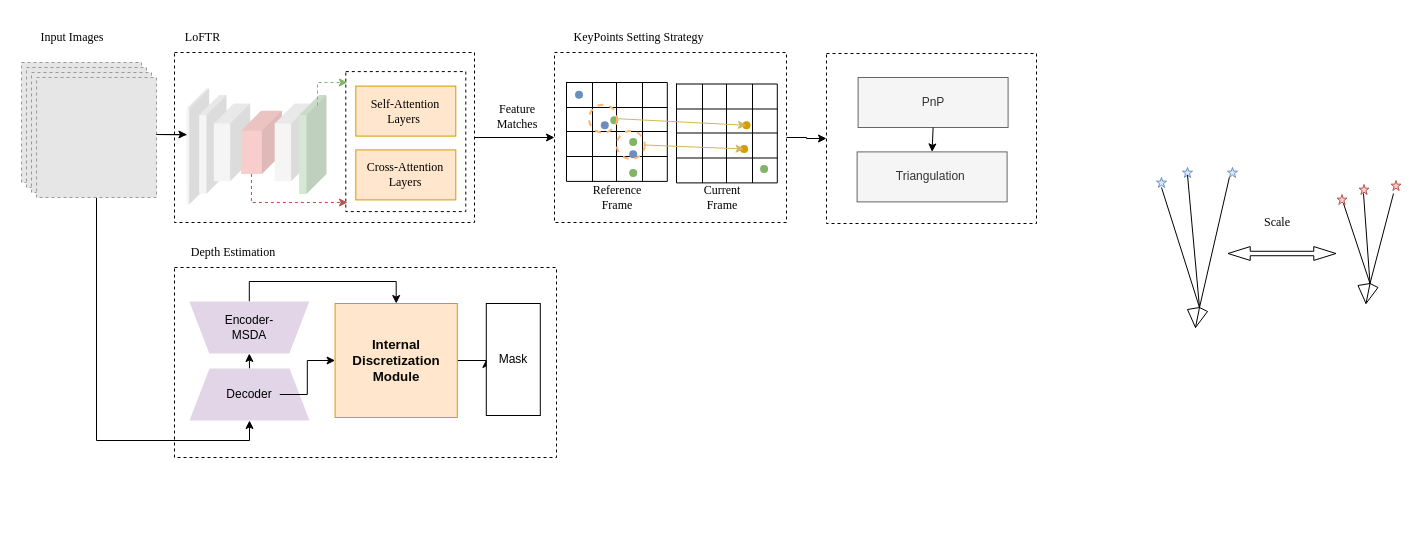
Abigail248/endoscope_orb_slan3 keeps this draw.io diagram as approach.drawio. Above is the earlier version. Source tidied: cells renumbered, new cells numbered last; positions are measured from the earlier drawing's top-left corner, leaving out a move shared by most shapes. Both pictures are drawn from the tidied source at 100%, with x=0, y=0 at pixel (17, 17). Pictures stored in the file or linked from it are replaced by grey dashed boxes.
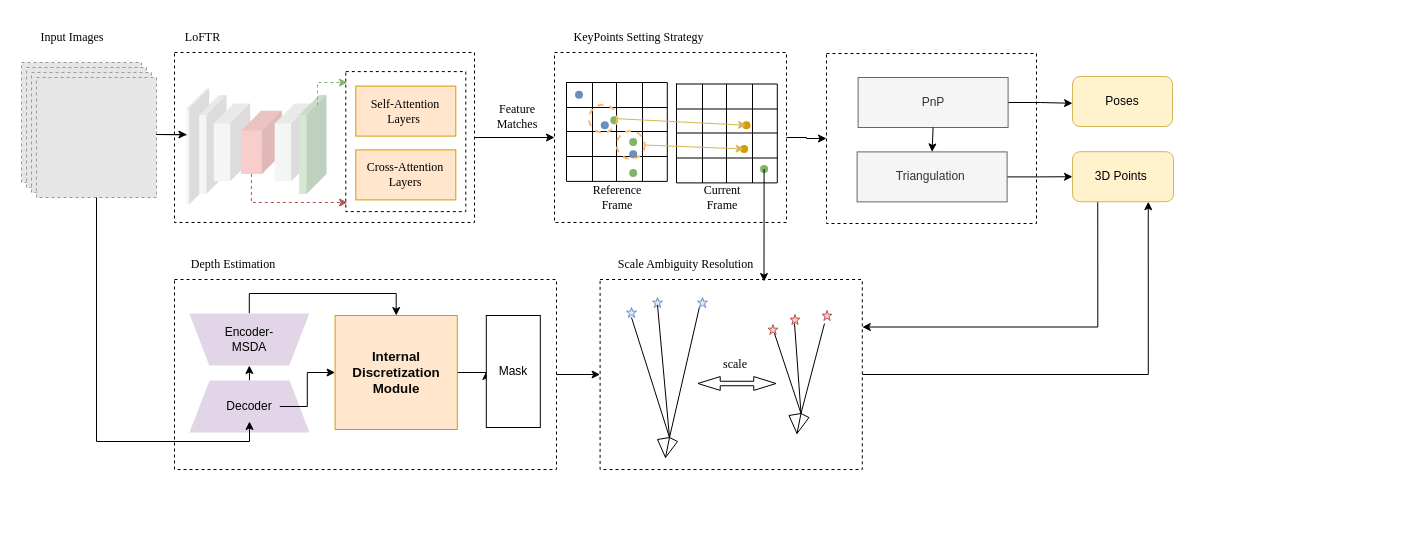
The same diagram, later.

Unchanged cells that the change refers to:
```xml
<mxCell id="72" style="shape=waypoint;sketch=0;fillStyle=solid;size=6;points=[];fillColor=#d5e8d4;perimeter=centerPerimeter;snapToPoint=1;strokeColor=#82b366;strokeWidth=2;" parent="1" vertex="1">
  <mxGeometry x="736.6" y="141.5" width="20" height="20" as="geometry" />
</mxCell>
<mxCell id="79" style="fillColor=#E6E6E6;strokeColor=#999999;dashed=1;verticalLabelPosition=bottom;labelBackgroundColor=default;verticalAlign=top;" parent="1" vertex="1">
  <mxGeometry x="19" y="60" width="120" height="120" as="geometry" />
</mxCell>
<mxCell id="105" value="PnP" style="rounded=0;whiteSpace=wrap;html=1;fillColor=#f5f5f5;strokeColor=#666666;fontColor=#333333;" parent="1" vertex="1">
  <mxGeometry x="840.6" y="60" width="150" height="50" as="geometry" />
</mxCell>
<mxCell id="106" value="Triangulation&amp;nbsp;" style="rounded=0;whiteSpace=wrap;html=1;direction=south;fillColor=#f5f5f5;strokeColor=#666666;fontColor=#333333;" parent="1" vertex="1">
  <mxGeometry x="839.6" y="134.4" width="150" height="50" as="geometry" />
</mxCell>
```

Diff of the diagram source:
```diff
@@
+    <mxCell id="118" style="rounded=0;whiteSpace=wrap;html=1;dashed=1;fillColor=none;strokeColor=default;" parent="1" vertex="1">
+      <mxGeometry x="157" y="262" width="382" height="190" as="geometry" />
+    </mxCell>
+    <mxCell id="102" style="rounded=0;whiteSpace=wrap;html=1;dashed=1;fillColor=none;strokeColor=default;" parent="1" vertex="1">
+      <mxGeometry x="537" y="35" width="232" height="170" as="geometry" />
+    </mxCell>
     <mxCell id="2" style="verticalLabelPosition=bottom;verticalAlign=top;html=1;shape=mxgraph.basic.pyramid;dx1=0.4;dx2=0.6;dy1=0.9;dy2=0.8;flipH=0;flipV=1;" parent="1" vertex="1">
-      <mxGeometry x="1170" y="290" width="20" height="20" as="geometry" />
+      <mxGeometry x="640" y="420" width="20" height="20" as="geometry" />
     </mxCell>
     <mxCell id="3" style="verticalLabelPosition=bottom;verticalAlign=top;html=1;shape=mxgraph.basic.star;fillColor=#dae8fc;strokeColor=#6c8ebf;" parent="1" vertex="1">
-      <mxGeometry x="1165" y="150" width="10" height="10" as="geometry" />
+      <mxGeometry x="635" y="280" width="10" height="10" as="geometry" />
     </mxCell>
@@
     <mxCell id="5" style="verticalLabelPosition=bottom;verticalAlign=top;html=1;shape=mxgraph.basic.star;fillColor=#dae8fc;strokeColor=#6c8ebf;" parent="1" vertex="1">
-      <mxGeometry x="1139" y="160" width="10" height="10" as="geometry" />
+      <mxGeometry x="609" y="290" width="10" height="10" as="geometry" />
     </mxCell>
     <mxCell id="6" style="verticalLabelPosition=bottom;verticalAlign=top;html=1;shape=mxgraph.basic.star;fillColor=#dae8fc;strokeColor=#6c8ebf;" parent="1" vertex="1">
-      <mxGeometry x="1210" y="150" width="10" height="10" as="geometry" />
+      <mxGeometry x="680" y="280" width="10" height="10" as="geometry" />
     </mxCell>
     <mxCell id="7" style="endArrow=none;html=1;rounded=0;exitX=0;exitY=0;exitDx=12;exitDy=20;exitPerimeter=0;" parent="1" edge="1" source="2">
       <mxGeometry relative="1" as="geometry">
-        <mxPoint x="1144" y="170" as="targetPoint" />
+        <mxPoint x="614" y="300" as="targetPoint" />
       </mxGeometry>
     </mxCell>
@@
     <mxCell id="9" style="verticalLabelPosition=bottom;verticalAlign=top;html=1;shape=mxgraph.basic.pyramid;dx1=0.4;dx2=0.6;dy1=0.9;dy2=0.8;flipH=0;flipV=1;" parent="1" vertex="1">
-      <mxGeometry x="1340.5" y="266" width="20" height="20" as="geometry" />
+      <mxGeometry x="771.5" y="396" width="20" height="20" as="geometry" />
     </mxCell>
     <mxCell id="10" style="verticalLabelPosition=bottom;verticalAlign=top;html=1;shape=mxgraph.basic.star;fillColor=#f8cecc;strokeColor=#b85450;" parent="1" vertex="1">
-      <mxGeometry x="1341.5" y="167" width="10" height="10" as="geometry" />
+      <mxGeometry x="772.5" y="297" width="10" height="10" as="geometry" />
     </mxCell>
     <mxCell id="11" style="endArrow=none;html=1;rounded=0;exitX=0;exitY=0;exitDx=12;exitDy=20;exitPerimeter=0;" parent="1" edge="1" source="9">
       <mxGeometry relative="1" as="geometry">
-        <mxPoint x="1346" y="176" as="targetPoint" />
+        <mxPoint x="777" y="306" as="targetPoint" />
       </mxGeometry>
     </mxCell>
     <mxCell id="12" style="verticalLabelPosition=bottom;verticalAlign=top;html=1;shape=mxgraph.basic.star;fillColor=#f8cecc;strokeColor=#b85450;" parent="1" vertex="1">
-      <mxGeometry x="1319.5" y="177" width="10" height="10" as="geometry" />
+      <mxGeometry x="750.5" y="307" width="10" height="10" as="geometry" />
     </mxCell>
     <mxCell id="13" style="verticalLabelPosition=bottom;verticalAlign=top;html=1;shape=mxgraph.basic.star;fillColor=#f8cecc;strokeColor=#b85450;" parent="1" vertex="1">
-      <mxGeometry x="1373.5" y="163" width="10" height="10" as="geometry" />
+      <mxGeometry x="804.5" y="293" width="10" height="10" as="geometry" />
     </mxCell>
     <mxCell id="14" style="endArrow=none;html=1;rounded=0;exitX=0;exitY=0;exitDx=12;exitDy=20;exitPerimeter=0;" parent="1" edge="1" source="9">
       <mxGeometry relative="1" as="geometry">
-        <mxPoint x="1326" y="186" as="targetPoint" />
+        <mxPoint x="757" y="316" as="targetPoint" />
       </mxGeometry>
     </mxCell>
     <mxCell id="15" style="endArrow=none;html=1;rounded=0;exitX=0;exitY=0;exitDx=12;exitDy=20;exitPerimeter=0;" parent="1" edge="1" source="9">
       <mxGeometry relative="1" as="geometry">
-        <mxPoint x="1376" y="176" as="targetPoint" />
+        <mxPoint x="807" y="306" as="targetPoint" />
       </mxGeometry>
     </mxCell>
     <mxCell id="16" style="shape=flexArrow;endArrow=classic;startArrow=classic;html=1;rounded=0;width=4.444444444444445;startSize=7.0777777777777775;endWidth=8.395061728395062;endSize=7.0777777777777775;startWidth=8.395061728395062;" parent="1" edge="1">
       <mxGeometry relative="1" as="geometry">
-        <mxPoint x="1210" y="236" as="sourcePoint" />
-        <mxPoint x="1319" y="236" as="targetPoint" />
+        <mxPoint x="680" y="366" as="sourcePoint" />
+        <mxPoint x="759" y="366" as="targetPoint" />
       </mxGeometry>
     </mxCell>
-    <mxCell id="17" value="Scale" style="text;html=1;align=center;verticalAlign=middle;whiteSpace=wrap;rounded=0;fontFamily=Times New Roman;" parent="1" vertex="1">
-      <mxGeometry x="1230" y="190" width="60" height="30" as="geometry" />
-    </mxCell>
@@
-    <mxCell id="78" style="edgeStyle=orthogonalEdgeStyle;rounded=0;jettySize=auto;html=1;exitX=0.5;exitY=1;exitDx=0;exitDy=0;entryX=0.5;entryY=1;entryDx=0;entryDy=0;" parent="1" edge="1" source="79" target="112">
-      <mxGeometry relative="1" as="geometry" />
-    </mxCell>
@@
-    <mxCell id="102" style="rounded=0;whiteSpace=wrap;html=1;dashed=1;fillColor=none;strokeColor=default;" parent="1" vertex="1">
-      <mxGeometry x="537" y="35" width="232" height="170" as="geometry" />
-    </mxCell>
@@
+    <mxCell id="120" style="edgeStyle=orthogonalEdgeStyle;rounded=0;jettySize=auto;html=1;exitX=1;exitY=0.5;exitDx=0;exitDy=0;entryX=0;entryY=0.536;entryDx=0;entryDy=0;entryPerimeter=0;" parent="1" edge="1" source="105" target="123">
+      <mxGeometry relative="1" as="geometry" />
+    </mxCell>
@@
+    <mxCell id="121" style="edgeStyle=orthogonalEdgeStyle;rounded=0;jettySize=auto;html=1;exitX=0.5;exitY=0;exitDx=0;exitDy=0;entryX=0;entryY=0.5;entryDx=0;entryDy=0;" parent="1" edge="1" source="106" target="125">
+      <mxGeometry relative="1" as="geometry" />
+    </mxCell>
@@
     <mxCell id="109" style="shape=trapezoid;perimeter=trapezoidPerimeter;whiteSpace=wrap;fixedSize=1;direction=south;rotation=90;html=1;fillColor=#e1d5e7;strokeColor=none;" parent="1" vertex="1">
-      <mxGeometry x="205.8" y="250" width="52" height="120" as="geometry" />
+      <mxGeometry x="205.8" y="262" width="52" height="120" as="geometry" />
     </mxCell>
     <mxCell id="110" value="Encoder-MSDA" style="text;html=1;align=center;verticalAlign=middle;whiteSpace=wrap;rounded=0;fillColor=none;strokeColor=none;" parent="1" vertex="1">
-      <mxGeometry x="201.8" y="295" width="60" height="30" as="geometry" />
+      <mxGeometry x="201.8" y="307" width="60" height="30" as="geometry" />
     </mxCell>
@@
     <mxCell id="112" style="shape=trapezoid;perimeter=trapezoidPerimeter;whiteSpace=wrap;fixedSize=1;direction=west;rotation=-180;html=1;fillColor=#e1d5e7;strokeColor=none;" parent="1" vertex="1">
-      <mxGeometry x="172" y="351" width="120" height="52" as="geometry" />
+      <mxGeometry x="172" y="363" width="120" height="52" as="geometry" />
     </mxCell>
@@
     <mxCell id="114" value="Decoder" style="text;html=1;align=center;verticalAlign=middle;whiteSpace=wrap;rounded=0;fillColor=#e1d5e7;strokeColor=none;" parent="1" vertex="1">
-      <mxGeometry x="202" y="362" width="60" height="30" as="geometry" />
+      <mxGeometry x="202" y="374" width="60" height="30" as="geometry" />
     </mxCell>
@@
     <mxCell id="116" value="&lt;br&gt;&lt;span style=&quot;white-space: pre;&quot;&gt;&amp;nbsp;&amp;nbsp;&amp;nbsp;&amp;nbsp;&lt;/span&gt;&lt;span style=&quot;white-space: pre;&quot;&gt;&amp;nbsp;&amp;nbsp;&amp;nbsp;&amp;nbsp;&lt;/span&gt;&lt;div title=&quot;Page 3&quot; class=&quot;page&quot;&gt;&lt;br&gt;&lt;span style=&quot;white-space: pre;&quot;&gt;&amp;nbsp;&amp;nbsp;&amp;nbsp;&amp;nbsp;&lt;/span&gt;&lt;span style=&quot;white-space: pre;&quot;&gt;&amp;nbsp;&amp;nbsp;&amp;nbsp;&amp;nbsp;&lt;/span&gt;&lt;span style=&quot;white-space: pre;&quot;&gt;&amp;nbsp;&amp;nbsp;&amp;nbsp;&amp;nbsp;&lt;/span&gt;&lt;div class=&quot;layoutArea&quot;&gt;&lt;br&gt;&lt;span style=&quot;white-space: pre;&quot;&gt;&amp;nbsp;&amp;nbsp;&amp;nbsp;&amp;nbsp;&lt;/span&gt;&lt;span style=&quot;white-space: pre;&quot;&gt;&amp;nbsp;&amp;nbsp;&amp;nbsp;&amp;nbsp;&lt;/span&gt;&lt;span style=&quot;white-space: pre;&quot;&gt;&amp;nbsp;&amp;nbsp;&amp;nbsp;&amp;nbsp;&lt;/span&gt;&lt;span style=&quot;white-space: pre;&quot;&gt;&amp;nbsp;&amp;nbsp;&amp;nbsp;&amp;nbsp;&lt;/span&gt;&lt;div class=&quot;column&quot;&gt;&lt;br&gt;&lt;span style=&quot;white-space: pre;&quot;&gt;&amp;nbsp;&amp;nbsp;&amp;nbsp;&amp;nbsp;&lt;/span&gt;&lt;span style=&quot;white-space: pre;&quot;&gt;&amp;nbsp;&amp;nbsp;&amp;nbsp;&amp;nbsp;&lt;/span&gt;&lt;span style=&quot;white-space: pre;&quot;&gt;&amp;nbsp;&amp;nbsp;&amp;nbsp;&amp;nbsp;&lt;/span&gt;&lt;span style=&quot;white-space: pre;&quot;&gt;&amp;nbsp;&amp;nbsp;&amp;nbsp;&amp;nbsp;&lt;/span&gt;&lt;span style=&quot;white-space: pre;&quot;&gt;&amp;nbsp;&amp;nbsp;&amp;nbsp;&amp;nbsp;&lt;/span&gt;&lt;p&gt;&lt;span style=&quot;font-size: 10.000000pt; font-family: 'TimesNewRomanPS'; font-weight: 700; color: rgb(2.450000%, 3.136000%, 3.234000%)&quot;&gt;Internal Discretization&lt;br&gt;Module&lt;br&gt;&lt;/span&gt;&lt;/p&gt;&lt;br&gt;&lt;span style=&quot;white-space: pre;&quot;&gt;&amp;nbsp;&amp;nbsp;&amp;nbsp;&amp;nbsp;&lt;/span&gt;&lt;span style=&quot;white-space: pre;&quot;&gt;&amp;nbsp;&amp;nbsp;&amp;nbsp;&amp;nbsp;&lt;/span&gt;&lt;span style=&quot;white-space: pre;&quot;&gt;&amp;nbsp;&amp;nbsp;&amp;nbsp;&amp;nbsp;&lt;/span&gt;&lt;span style=&quot;white-space: pre;&quot;&gt;&amp;nbsp;&amp;nbsp;&amp;nbsp;&amp;nbsp;&lt;/span&gt;&lt;/div&gt;&lt;br&gt;&lt;span style=&quot;white-space: pre;&quot;&gt;&amp;nbsp;&amp;nbsp;&amp;nbsp;&amp;nbsp;&lt;/span&gt;&lt;span style=&quot;white-space: pre;&quot;&gt;&amp;nbsp;&amp;nbsp;&amp;nbsp;&amp;nbsp;&lt;/span&gt;&lt;span style=&quot;white-space: pre;&quot;&gt;&amp;nbsp;&amp;nbsp;&amp;nbsp;&amp;nbsp;&lt;/span&gt;&lt;/div&gt;&lt;br&gt;&lt;span style=&quot;white-space: pre;&quot;&gt;&amp;nbsp;&amp;nbsp;&amp;nbsp;&amp;nbsp;&lt;/span&gt;&lt;span style=&quot;white-space: pre;&quot;&gt;&amp;nbsp;&amp;nbsp;&amp;nbsp;&amp;nbsp;&lt;/span&gt;&lt;/div&gt;&lt;br&gt;&lt;span style=&quot;white-space: pre;&quot;&gt;&amp;nbsp;&amp;nbsp;&amp;nbsp;&amp;nbsp;&lt;/span&gt;" style="rounded=0;whiteSpace=wrap;html=1;fillColor=#ffe6cc;strokeColor=#d79b00;" parent="1" vertex="1">
-      <mxGeometry x="317.6" y="286" width="122.2" height="114" as="geometry" />
+      <mxGeometry x="317.6" y="298" width="122.2" height="114" as="geometry" />
     </mxCell>
     <mxCell id="117" value="Mask" style="rounded=0;whiteSpace=wrap;html=1;" parent="1" vertex="1">
-      <mxGeometry x="468.8" y="286" width="54" height="112" as="geometry" />
+      <mxGeometry x="468.8" y="298" width="54" height="112" as="geometry" />
     </mxCell>
-    <mxCell id="118" style="rounded=0;whiteSpace=wrap;html=1;dashed=1;fillColor=none;strokeColor=default;" parent="1" vertex="1">
-      <mxGeometry x="157" y="250" width="382" height="190" as="geometry" />
-    </mxCell>
+    <mxCell id="122" style="edgeStyle=orthogonalEdgeStyle;rounded=0;jettySize=auto;html=1;exitX=1;exitY=0.5;exitDx=0;exitDy=0;entryX=0;entryY=0.5;entryDx=0;entryDy=0;" parent="1" edge="1" source="118" target="127">
+      <mxGeometry relative="1" as="geometry" />
+    </mxCell>
     <mxCell id="119" value="Depth Estimation&amp;nbsp;" style="text;html=1;align=center;verticalAlign=middle;whiteSpace=wrap;rounded=0;fontFamily=Times New Roman;" parent="1" vertex="1">
-      <mxGeometry x="140.6" y="220" width="153" height="30" as="geometry" />
+      <mxGeometry x="140.6" y="232" width="153" height="30" as="geometry" />
     </mxCell>
+    <mxCell id="123" value="Poses" style="rounded=1;whiteSpace=wrap;html=1;fillColor=#fff2cc;strokeColor=#d6b656;" parent="1" vertex="1">
+      <mxGeometry x="1055" y="59" width="100" height="50" as="geometry" />
+    </mxCell>
+    <mxCell id="124" style="edgeStyle=orthogonalEdgeStyle;rounded=0;jettySize=auto;html=1;exitX=0.25;exitY=1;exitDx=0;exitDy=0;entryX=1;entryY=0.25;entryDx=0;entryDy=0;" parent="1" edge="1" source="125" target="127">
+      <mxGeometry relative="1" as="geometry" />
+    </mxCell>
+    <mxCell id="125" value="3D Points&amp;nbsp;" style="rounded=1;whiteSpace=wrap;html=1;fillColor=#fff2cc;strokeColor=#d6b656;" parent="1" vertex="1">
+      <mxGeometry x="1055" y="134.2" width="101" height="50" as="geometry" />
+    </mxCell>
+    <mxCell id="126" style="edgeStyle=orthogonalEdgeStyle;rounded=0;jettySize=auto;html=1;exitX=1;exitY=0.5;exitDx=0;exitDy=0;entryX=0.75;entryY=1;entryDx=0;entryDy=0;" parent="1" edge="1" source="127" target="125">
+      <mxGeometry relative="1" as="geometry" />
+    </mxCell>
+    <mxCell id="127" style="rounded=0;whiteSpace=wrap;html=1;fillColor=none;dashed=1;" parent="1" vertex="1">
+      <mxGeometry x="582.6" y="262" width="262.2" height="190" as="geometry" />
+    </mxCell>
+    <mxCell id="128" value="scale" style="text;html=1;align=center;verticalAlign=middle;whiteSpace=wrap;rounded=0;fontFamily=Times New Roman;" parent="1" vertex="1">
+      <mxGeometry x="687.9" y="332" width="60" height="30" as="geometry" />
+    </mxCell>
+    <mxCell id="129" value="Scale Ambiguity Resolution&amp;nbsp;" style="text;html=1;align=center;verticalAlign=middle;whiteSpace=wrap;rounded=0;fontFamily=Times New Roman;" parent="1" vertex="1">
+      <mxGeometry x="582.6" y="232" width="174" height="30" as="geometry" />
+    </mxCell>
+    <mxCell id="130" style="endArrow=classic;html=1;rounded=0;exitX=0.662;exitY=0.69;exitDx=0;exitDy=0;exitPerimeter=0;entryX=0.942;entryY=1.067;entryDx=0;entryDy=0;entryPerimeter=0;" parent="1" edge="1" source="72" target="129">
+      <mxGeometry relative="1" as="geometry" />
+    </mxCell>
+    <mxCell id="131" style="edgeStyle=orthogonalEdgeStyle;rounded=0;jettySize=auto;html=1;exitX=0.5;exitY=1;exitDx=0;exitDy=0;entryX=0.5;entryY=1;entryDx=0;entryDy=0;" parent="1" edge="1" source="79" target="114">
+      <mxGeometry relative="1" as="geometry" />
+    </mxCell>
```
